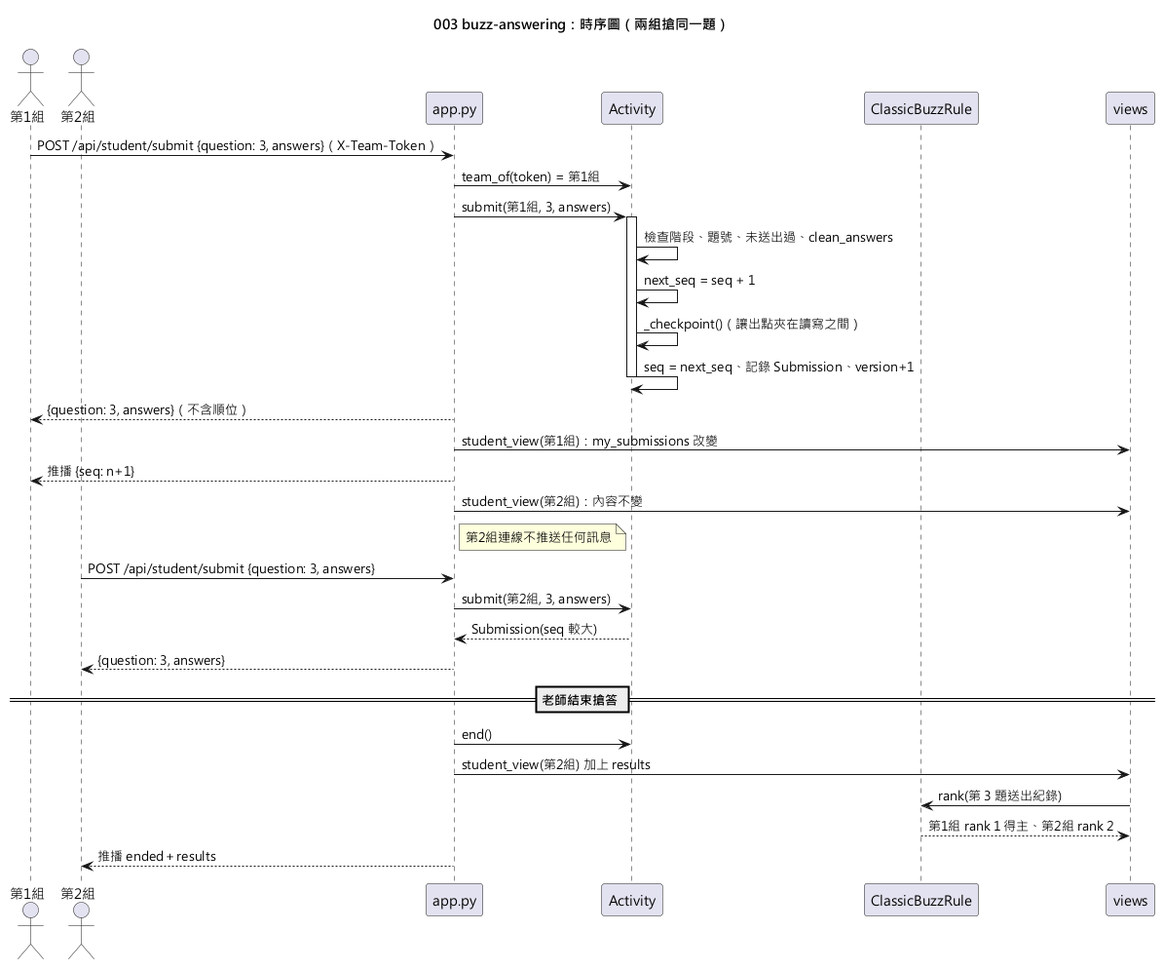
This is diagrams/003-buzz-answering-sequence.png from yue083139/software_fin-speckit, a PlantUML export, as it was before one commit. Source of this version:
```plantuml
@startuml 003-buzz-answering-sequence
skinparamlocked defaultFontName Microsoft JhengHei
title 003 buzz-answering：時序圖（兩組搶同一題）

actor "第1組" as A
actor "第2組" as B
participant "app.py" as App
participant "Activity" as Act
participant "ClassicBuzzRule" as Rule
participant "views" as V

A -> App : POST /api/student/submit {question: 3, answers}（X-Team-Token）
App -> Act : team_of(token) = 第1組
App -> Act : submit(第1組, 3, answers)
activate Act
Act -> Act : 檢查階段、題號、未送出過、clean_answers
Act -> Act : next_seq = seq + 1
Act -> Act : _checkpoint()（讓出點夾在讀寫之間）
Act -> Act : seq = next_seq、記錄 Submission、version+1
deactivate Act
App --> A : {question: 3, answers}（不含順位）
App -> V : student_view(第1組)：my_submissions 改變
App --> A : 推播 {seq: n+1}
App -> V : student_view(第2組)：內容不變
note right of App : 第2組連線不推送任何訊息

B -> App : POST /api/student/submit {question: 3, answers}
App -> Act : submit(第2組, 3, answers)
Act --> App : Submission(seq 較大)
App --> B : {question: 3, answers}

== 老師結束搶答 ==
App -> Act : end()
App -> V : student_view(第2組) 加上 results
V -> Rule : rank(第 3 題送出紀錄)
Rule --> V : 第1組 rank 1 得主、第2組 rank 2
App --> B : 推播 ended＋results
@enduml
```
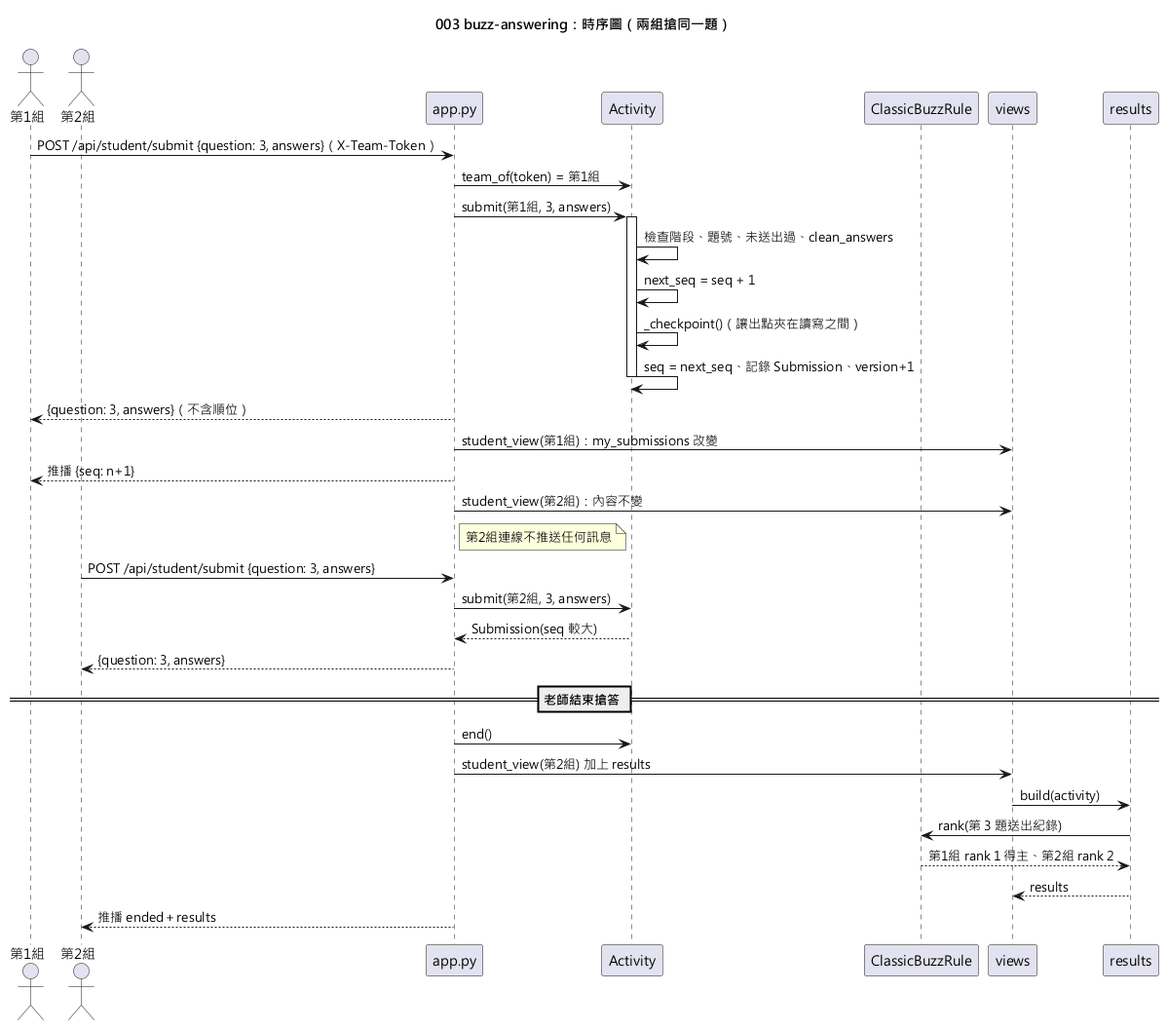
Above is the later version.

Commit message:
docs(specs): 規格文件組評審藥方——圖碼核對行號版本化、003 時序圖補 results、parity 同步

The edit, as a diff of the source:
```diff
@@ -8,6 +8,7 @@
 participant "Activity" as Act
 participant "ClassicBuzzRule" as Rule
 participant "views" as V
+participant "results" as R
 
 A -> App : POST /api/student/submit {question: 3, answers}（X-Team-Token）
 App -> Act : team_of(token) = 第1組
@@ -32,7 +33,9 @@
 == 老師結束搶答 ==
 App -> Act : end()
 App -> V : student_view(第2組) 加上 results
-V -> Rule : rank(第 3 題送出紀錄)
-Rule --> V : 第1組 rank 1 得主、第2組 rank 2
+V -> R : build(activity)
+R -> Rule : rank(第 3 題送出紀錄)
+Rule --> R : 第1組 rank 1 得主、第2組 rank 2
+R --> V : results
 App --> B : 推播 ended＋results
 @enduml
```
